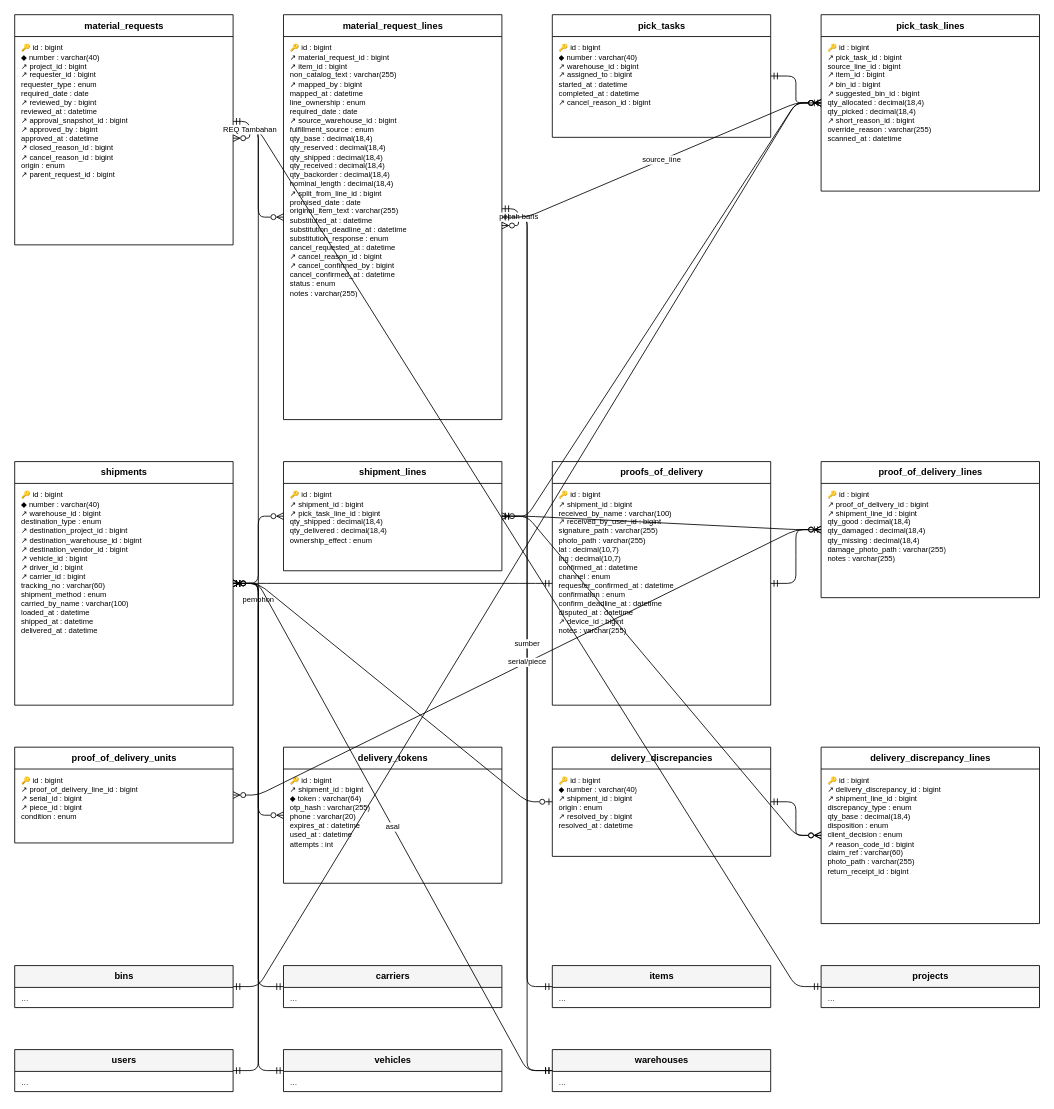
Above: docs/diagram/erd-outbound.drawio in HengkyDarmawan/wms (draw.io), before the change. Source tidied: cells renumbered, new cells numbered last; positions are measured from the earlier drawing's top-left corner, leaving out a move shared by most shapes. Both pictures are drawn from the tidied source at 84%, with x=0, y=0 at pixel (14, 14).
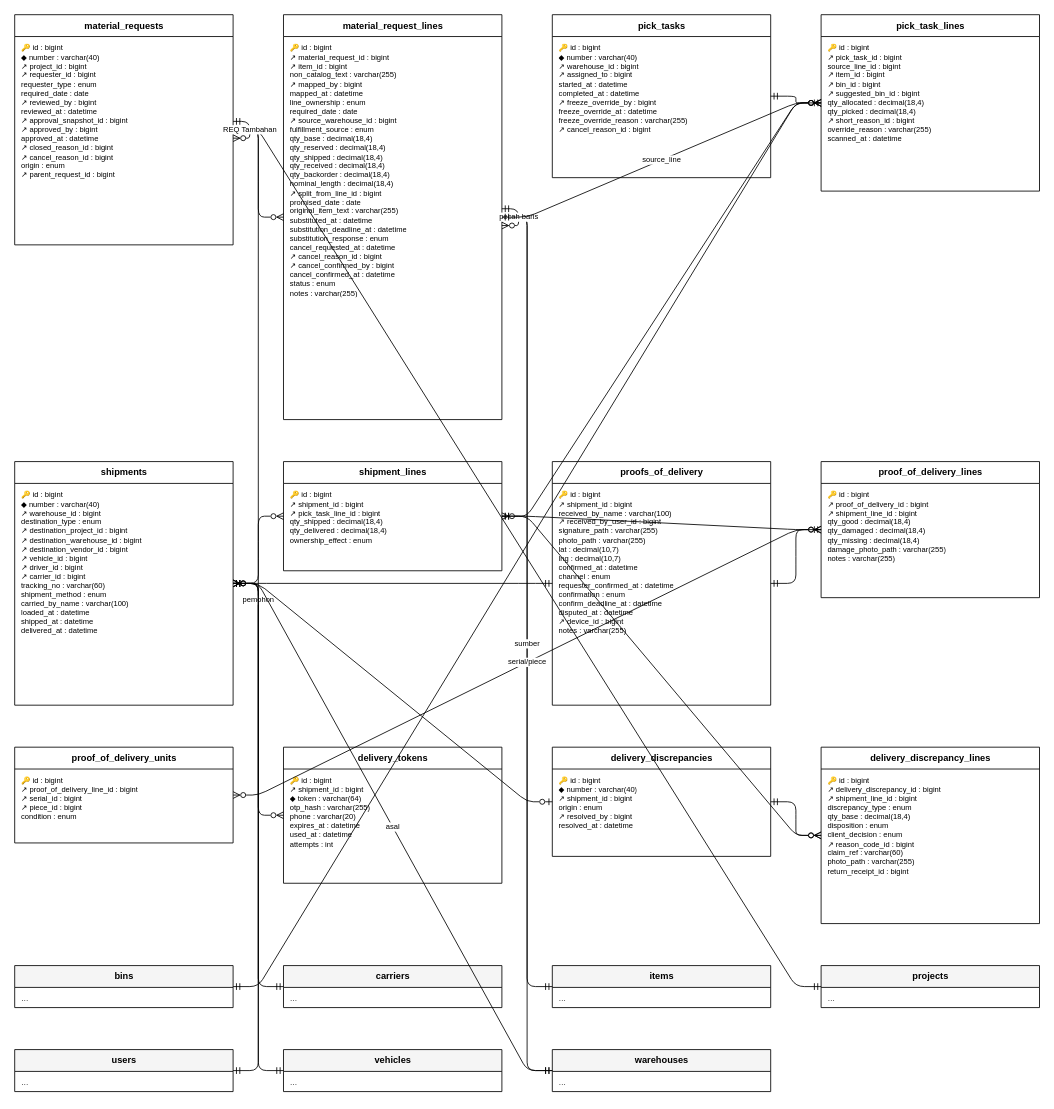
The same diagram, later.

The edit, as a diff of the source:
```diff
@@
     <mxCell id="6" value="pick_tasks" style="swimlane;fontStyle=1;horizontal=1;startSize=26;html=1;fontSize=11;fillColor=#FFFFFF;" parent="1" vertex="1">
-      <mxGeometry x="640" width="260" height="146" as="geometry" />
+      <mxGeometry x="640" width="260" height="194" as="geometry" />
     </mxCell>
-    <mxCell id="7" value="🔑 id : bigint&lt;br&gt;◆ number : varchar(40)&lt;br&gt;↗ warehouse_id : bigint&lt;br&gt;↗ assigned_to : bigint&lt;br&gt;started_at : datetime&lt;br&gt;completed_at : datetime&lt;br&gt;↗ cancel_reason_id : bigint" style="text;html=1;strokeColor=none;fillColor=none;align=left;verticalAlign=top;spacingLeft=6;spacingTop=2;fontSize=9;whiteSpace=wrap;overflow=hidden;" parent="6" vertex="1">
-      <mxGeometry y="26" width="260" height="120" as="geometry" />
+    <mxCell id="7" value="🔑 id : bigint&lt;br&gt;◆ number : varchar(40)&lt;br&gt;↗ warehouse_id : bigint&lt;br&gt;↗ assigned_to : bigint&lt;br&gt;started_at : datetime&lt;br&gt;completed_at : datetime&lt;br&gt;↗ freeze_override_by : bigint&lt;br&gt;freeze_override_at : datetime&lt;br&gt;freeze_override_reason : varchar(255)&lt;br&gt;↗ cancel_reason_id : bigint" style="text;html=1;strokeColor=none;fillColor=none;align=left;verticalAlign=top;spacingLeft=6;spacingTop=2;fontSize=9;whiteSpace=wrap;overflow=hidden;" parent="6" vertex="1">
+      <mxGeometry y="26" width="260" height="168" as="geometry" />
     </mxCell>
```
